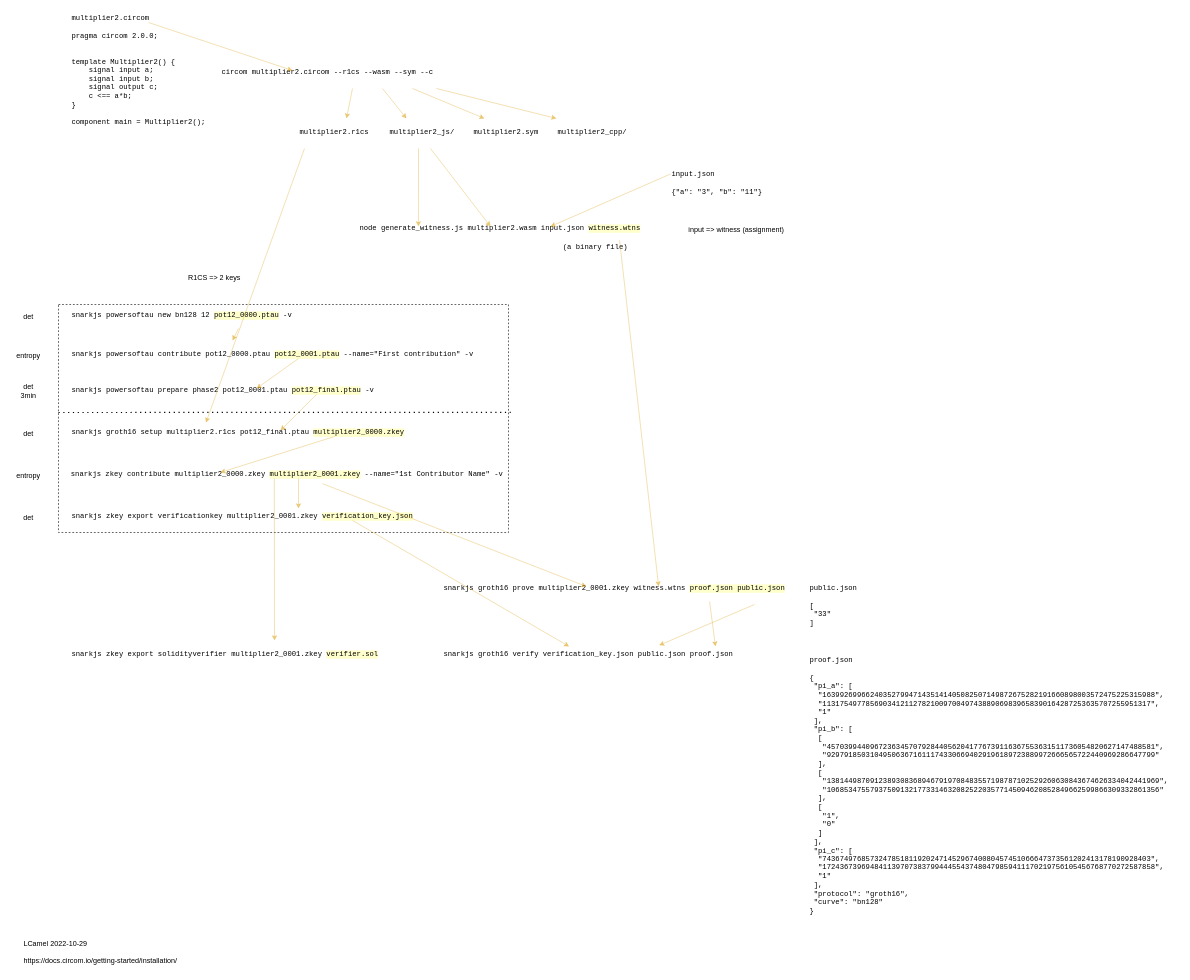
Earlier version of the draw.io diagram page "circom" (3 of 9) of doc/AnonymousStandIn.drawio (LCamel/anonymous-stand-in). Source tidied: cells renumbered, new cells numbered last; positions are measured from the earlier drawing's top-left corner, leaving out a move shared by most shapes. Both pictures are drawn from the tidied source at 60%, with x=0, y=0 at pixel (10, 10).
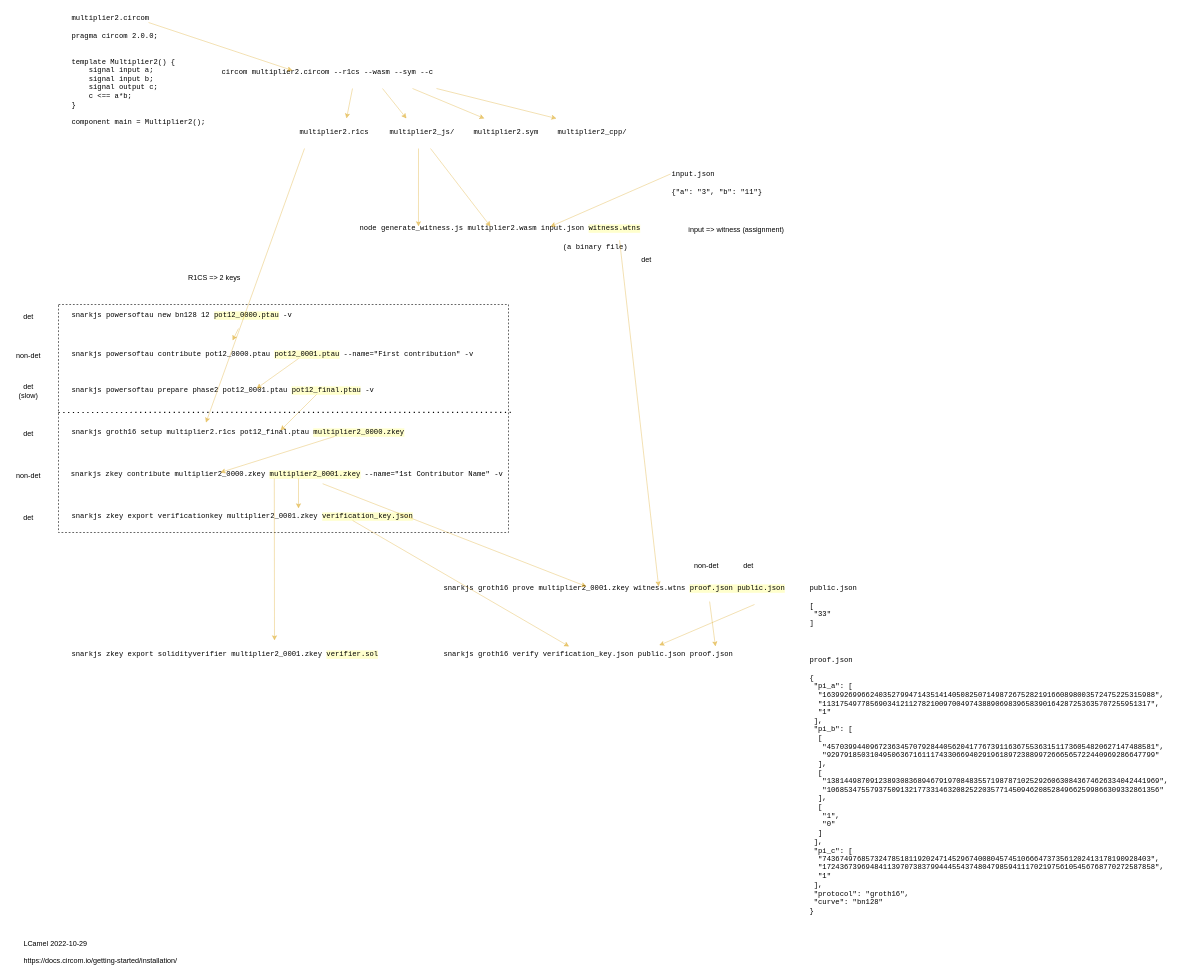
After the change.

Change to the diagram source:
```diff
@@
-    <mxCell id="45" value="entropy" style="text;html=1;strokeColor=none;fillColor=none;align=center;verticalAlign=middle;whiteSpace=wrap;rounded=0;dashed=1;fontFamily=Helvetica;" parent="1" vertex="1">
+    <mxCell id="45" value="non-det" style="text;html=1;strokeColor=none;fillColor=none;align=center;verticalAlign=middle;whiteSpace=wrap;rounded=0;dashed=1;fontFamily=Helvetica;" parent="1" vertex="1">
       <mxGeometry y="560" width="60" height="30" as="geometry" />
     </mxCell>
-    <mxCell id="46" value="det&lt;br&gt;3min" style="text;html=1;strokeColor=none;fillColor=none;align=center;verticalAlign=middle;whiteSpace=wrap;rounded=0;dashed=1;fontFamily=Helvetica;" parent="1" vertex="1">
+    <mxCell id="46" value="det&lt;br&gt;(slow)" style="text;html=1;strokeColor=none;fillColor=none;align=center;verticalAlign=middle;whiteSpace=wrap;rounded=0;dashed=1;fontFamily=Helvetica;" parent="1" vertex="1">
       <mxGeometry y="620" width="60" height="30" as="geometry" />
     </mxCell>
@@
-    <mxCell id="48" value="entropy" style="text;html=1;strokeColor=none;fillColor=none;align=center;verticalAlign=middle;whiteSpace=wrap;rounded=0;dashed=1;fontFamily=Helvetica;" parent="1" vertex="1">
+    <mxCell id="48" value="non-det" style="text;html=1;strokeColor=none;fillColor=none;align=center;verticalAlign=middle;whiteSpace=wrap;rounded=0;dashed=1;fontFamily=Helvetica;" parent="1" vertex="1">
       <mxGeometry y="760" width="60" height="30" as="geometry" />
     </mxCell>
@@
+    <mxCell id="54" value="det" style="text;html=1;strokeColor=none;fillColor=none;align=center;verticalAlign=middle;whiteSpace=wrap;rounded=0;dashed=1;fontFamily=Helvetica;" parent="1" vertex="1">
+      <mxGeometry x="1030" y="400" width="60" height="30" as="geometry" />
+    </mxCell>
+    <mxCell id="55" value="non-det" style="text;html=1;strokeColor=none;fillColor=none;align=center;verticalAlign=middle;whiteSpace=wrap;rounded=0;dashed=1;fontFamily=Helvetica;" parent="1" vertex="1">
+      <mxGeometry x="1130" y="910" width="60" height="30" as="geometry" />
+    </mxCell>
+    <mxCell id="56" value="det" style="text;html=1;strokeColor=none;fillColor=none;align=center;verticalAlign=middle;whiteSpace=wrap;rounded=0;dashed=1;fontFamily=Helvetica;" parent="1" vertex="1">
+      <mxGeometry x="1200" y="910" width="60" height="30" as="geometry" />
+    </mxCell>
```
